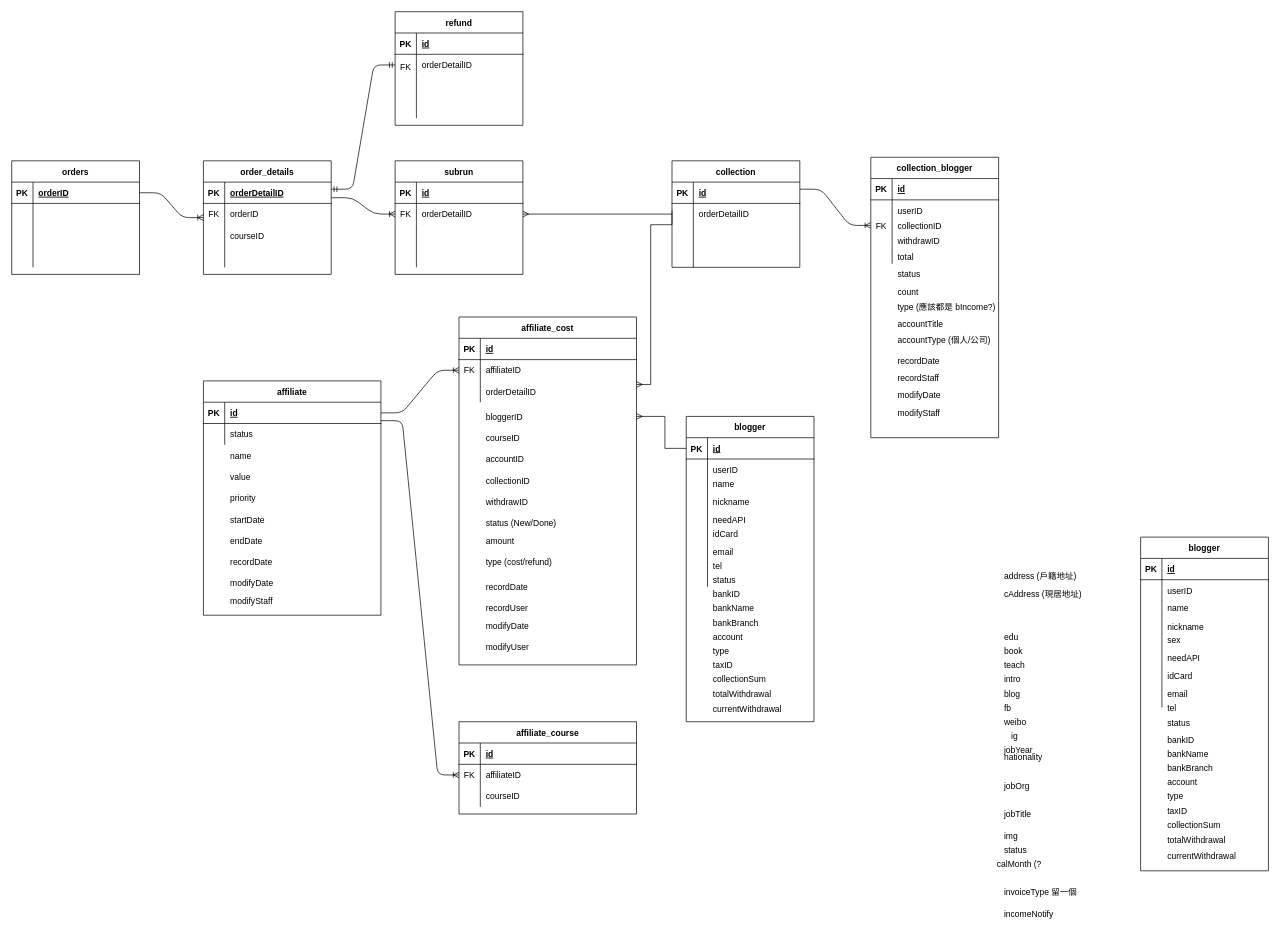
Above: affiliate_ERD.drawio in BenmrChen/Draw.io (draw.io), before the change. Source tidied: cells renumbered, new cells numbered last; positions are measured from the earlier drawing's top-left corner, leaving out a move shared by most shapes. Both pictures are drawn from the tidied source at 71%, with x=0, y=0 at pixel (11, 11).
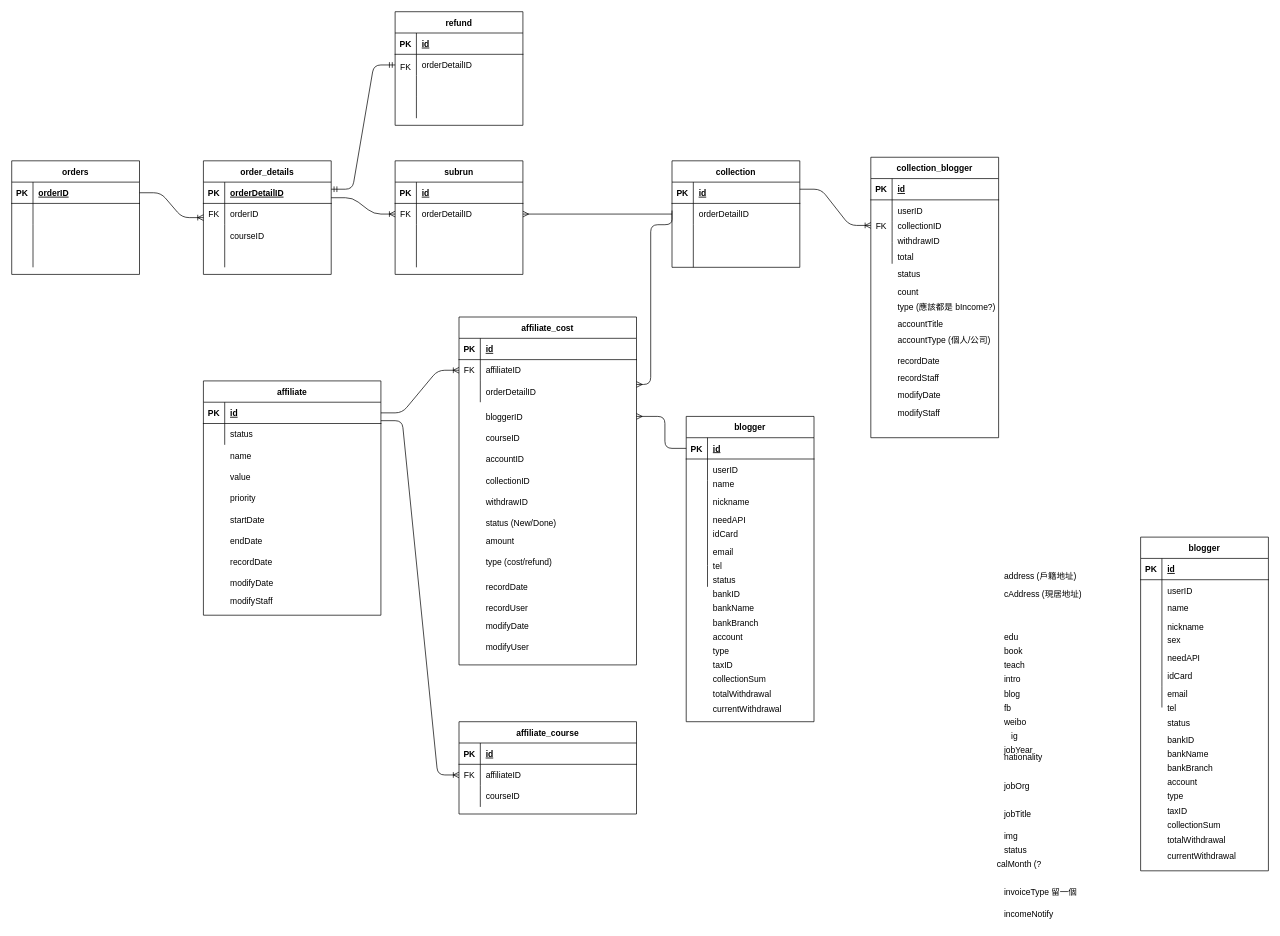
The same diagram, later.

The change refers to these unchanged cells:
```xml
<mxCell id="212" style="shape=partialRectangle;fillColor=none;top=0;left=0;bottom=1;right=0;points=[[0,0.5],[1,0.5]];portConstraint=eastwest;" parent="211" vertex="1">
  <mxGeometry y="30" width="180" height="30" as="geometry" />
</mxCell>
<mxCell id="230" style="shape=partialRectangle;fillColor=none;top=0;left=0;bottom=0;right=0;points=[[0,0.5],[1,0.5]];portConstraint=eastwest;" parent="226" vertex="1">
  <mxGeometry y="60" width="180" height="30" as="geometry" />
</mxCell>
```

Change to the diagram source:
```diff
@@
-    <mxCell id="180" style="endArrow=ERmany;html=1;rounded=0;endFill=0;edgeStyle=orthogonalEdgeStyle;exitX=0;exitY=0.5;exitDx=0;exitDy=0;" parent="1" edge="1" source="212">
+    <mxCell id="180" style="endArrow=ERmany;html=1;rounded=1;endFill=0;edgeStyle=orthogonalEdgeStyle;exitX=0;exitY=0.5;exitDx=0;exitDy=0;" parent="1" edge="1" source="212">
       <mxGeometry relative="1" as="geometry">
         <mxPoint x="880" y="570" as="targetPoint" />
         <Array as="points">
           <mxPoint x="920" y="615" />
           <mxPoint x="920" y="570" />
         </Array>
       </mxGeometry>
     </mxCell>
@@
-    <mxCell id="224" style="endArrow=ERmany;html=1;rounded=0;endFill=0;edgeStyle=orthogonalEdgeStyle;exitX=0;exitY=0.5;exitDx=0;exitDy=0;" parent="1" edge="1" source="230">
+    <mxCell id="224" style="endArrow=ERmany;html=1;rounded=1;endFill=0;edgeStyle=orthogonalEdgeStyle;exitX=0;exitY=0.5;exitDx=0;exitDy=0;" parent="1" edge="1" source="230">
       <mxGeometry relative="1" as="geometry">
         <mxPoint x="880" y="525" as="targetPoint" />
         <Array as="points">
           <mxPoint x="930" y="300" />
           <mxPoint x="900" y="300" />
           <mxPoint x="900" y="525" />
         </Array>
       </mxGeometry>
     </mxCell>
```
